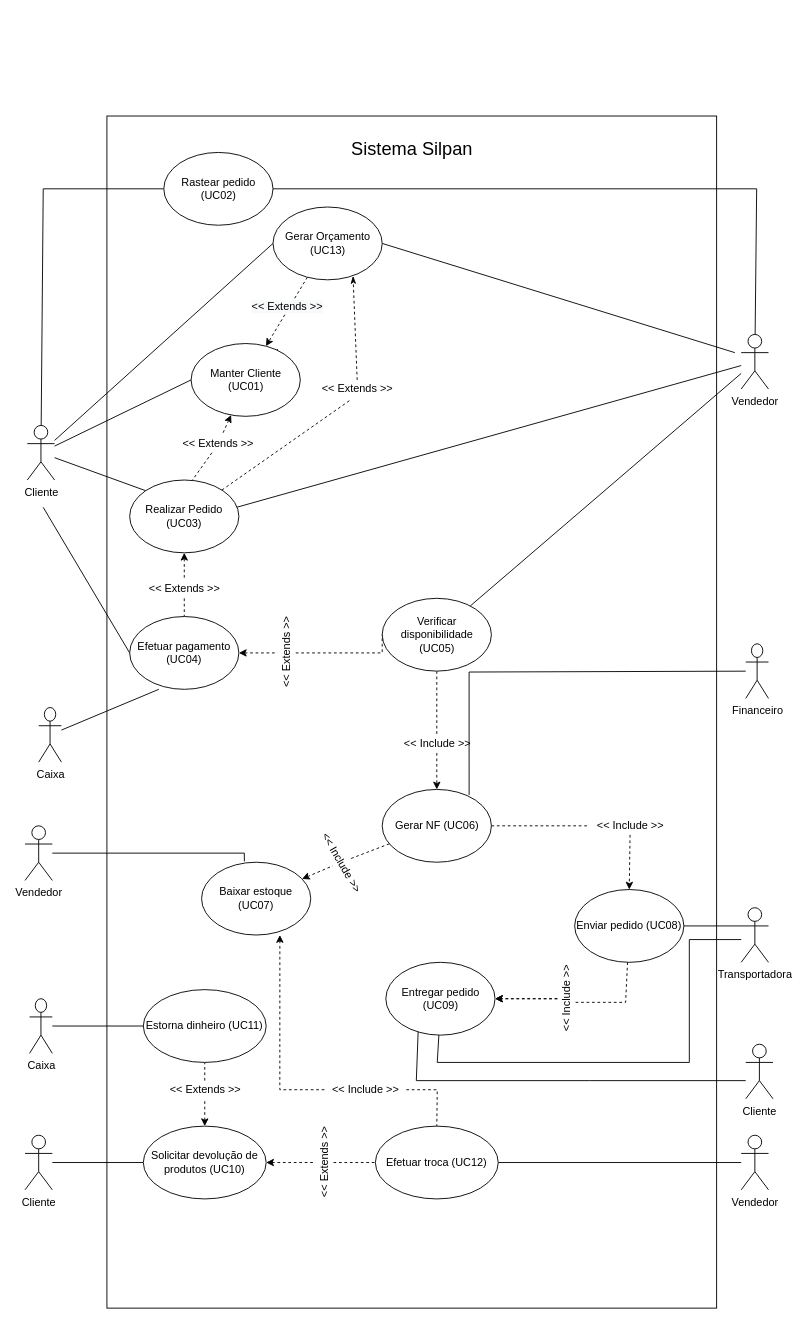
This is Diagrama de UC.drawio from Systematicos/Silpan-AMS, a draw.io file, before an edit. Source tidied: cells renumbered, new cells numbered last; positions are measured from the earlier drawing's top-left corner, leaving out a move shared by most shapes. Both pictures are drawn from the tidied source at 91%, with x=0, y=0 at pixel (25, 116).
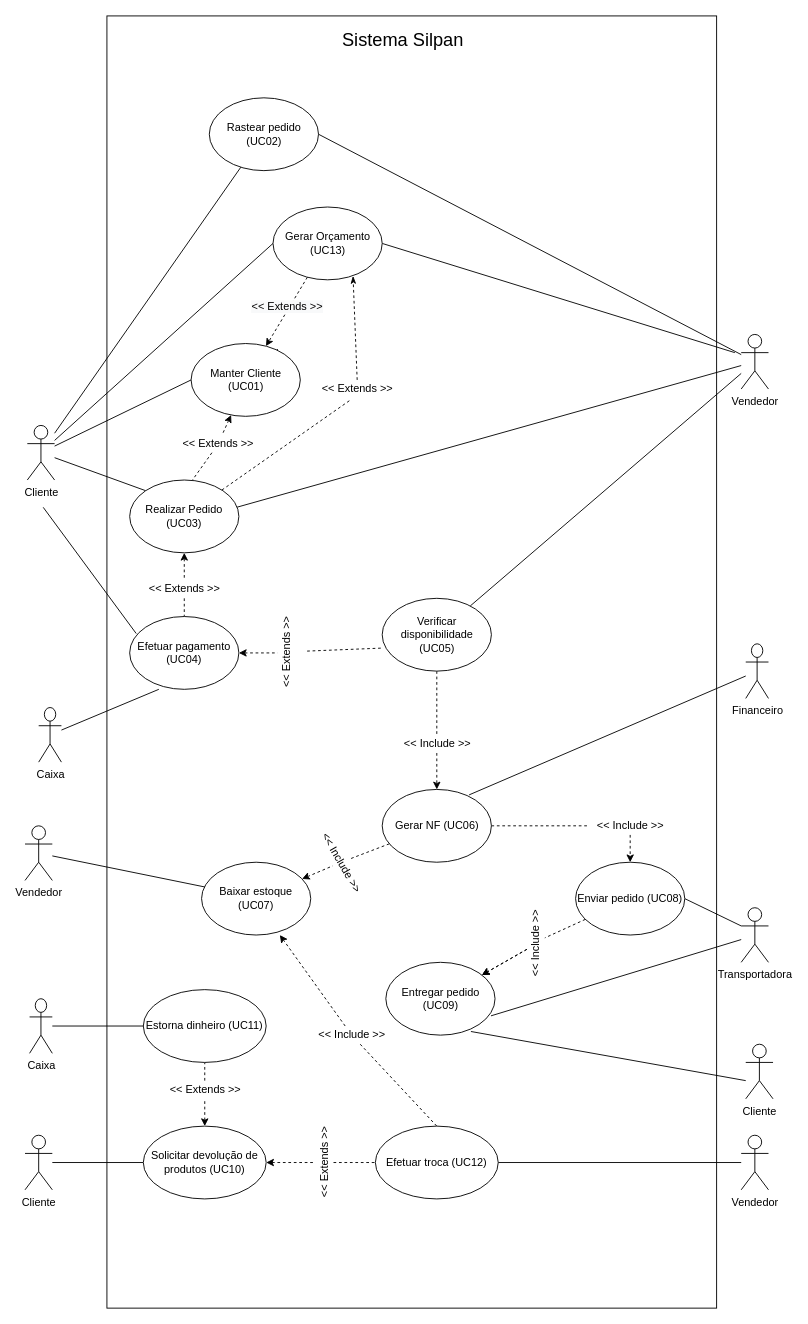
The same diagram, later.

Commit message (it also covers changes not shown here):
[Atualização] - Diagrama de Sequencia e Classe de Implementação

Unchanged cells that the change refers to:
```xml
<mxCell id="8" value="Cliente" style="shape=umlActor;verticalLabelPosition=bottom;verticalAlign=top;html=1;" parent="1" vertex="1">
  <mxGeometry x="2.5" y="340" width="30" height="60" as="geometry" />
</mxCell>
<mxCell id="12" value="Vendedor" style="shape=umlActor;verticalLabelPosition=bottom;verticalAlign=top;html=1;" parent="1" vertex="1">
  <mxGeometry x="787" y="240" width="30" height="60" as="geometry" />
</mxCell>
<mxCell id="22" value="Verificar disponibilidade (UC05)" style="ellipse;whiteSpace=wrap;html=1;" parent="1" vertex="1">
  <mxGeometry x="392.5" y="530" width="120" height="80" as="geometry" />
</mxCell>
<mxCell id="25" value="Efetuar pagamento (UC04)" style="ellipse;whiteSpace=wrap;html=1;" parent="1" vertex="1">
  <mxGeometry x="115" y="550" width="120" height="80" as="geometry" />
</mxCell>
<mxCell id="27" value="Baixar estoque (UC07)" style="ellipse;whiteSpace=wrap;html=1;" parent="1" vertex="1">
  <mxGeometry x="194" y="820" width="120" height="80" as="geometry" />
</mxCell>
<mxCell id="34" value="Gerar NF (UC06)" style="ellipse;whiteSpace=wrap;html=1;" parent="1" vertex="1">
  <mxGeometry x="392.5" y="740" width="120" height="80" as="geometry" />
</mxCell>
<mxCell id="38" value="Entregar pedido (UC09)" style="ellipse;whiteSpace=wrap;html=1;" parent="1" vertex="1">
  <mxGeometry x="396.5" y="930" width="120" height="80" as="geometry" />
</mxCell>
<mxCell id="46" value="Financeiro" style="shape=umlActor;verticalLabelPosition=bottom;verticalAlign=top;html=1;" parent="1" vertex="1">
  <mxGeometry x="792" y="580" width="25" height="60" as="geometry" />
</mxCell>
<mxCell id="58" value="Efetuar troca (UC12)" style="ellipse;whiteSpace=wrap;html=1;" parent="1" vertex="1">
  <mxGeometry x="385" y="1110" width="135" height="80" as="geometry" />
</mxCell>
<mxCell id="66" value="&amp;lt;&amp;lt; Extends &amp;gt;&amp;gt;" style="text;html=1;align=center;verticalAlign=middle;points=[];rotation=-90;" parent="1" vertex="1">
  <mxGeometry x="242.5" y="580" width="90" height="20" as="geometry" />
</mxCell>
<mxCell id="71" value="Vendedor" style="shape=umlActor;verticalLabelPosition=bottom;verticalAlign=top;html=1;" parent="1" vertex="1">
  <mxGeometry y="780" width="30" height="60" as="geometry" />
</mxCell>
```

Change to the diagram source:
```diff
@@
     <mxCell id="2" style="rounded=0;whiteSpace=wrap;html=1;fontStyle=1;" parent="1" vertex="1">
-      <mxGeometry x="90" width="670" height="1310" as="geometry" />
+      <mxGeometry x="90" y="-110" width="670" height="1420" as="geometry" />
     </mxCell>
@@
-    <mxCell id="5" style="rounded=0;jettySize=auto;html=1;entryX=0;entryY=0.5;entryDx=0;entryDy=0;startArrow=none;startFill=0;endArrow=none;endFill=0;" parent="1" edge="1" target="25">
+    <mxCell id="5" style="rounded=0;jettySize=auto;html=1;entryX=0.06;entryY=0.234;entryDx=0;entryDy=0;startArrow=none;startFill=0;endArrow=none;endFill=0;entryPerimeter=0;" parent="1" edge="1" target="25">
       <mxGeometry relative="1" as="geometry">
         <mxPoint x="20" y="430" as="sourcePoint" />
       </mxGeometry>
     </mxCell>
-    <mxCell id="6" style="edgeStyle=none;rounded=0;jettySize=auto;html=1;startArrow=none;startFill=0;endArrow=none;endFill=0;" parent="1" edge="1" source="8" target="48">
-      <mxGeometry relative="1" as="geometry">
-        <Array as="points">
-          <mxPoint x="20" y="80" />
-        </Array>
-      </mxGeometry>
+    <mxCell id="6" style="rounded=0;jettySize=auto;html=1;startArrow=none;startFill=0;endArrow=none;endFill=0;" parent="1" edge="1" source="8" target="48">
+      <mxGeometry relative="1" as="geometry" />
     </mxCell>
@@
-    <mxCell id="10" style="edgeStyle=none;rounded=0;jettySize=auto;html=1;entryX=1;entryY=0.5;entryDx=0;entryDy=0;startArrow=none;startFill=0;endArrow=none;endFill=0;" parent="1" edge="1" source="12" target="48">
-      <mxGeometry relative="1" as="geometry">
-        <Array as="points">
-          <mxPoint x="804" y="80" />
-        </Array>
-      </mxGeometry>
+    <mxCell id="10" style="rounded=0;jettySize=auto;html=1;entryX=1;entryY=0.5;entryDx=0;entryDy=0;startArrow=none;startFill=0;endArrow=none;endFill=0;" parent="1" edge="1" source="12" target="48">
+      <mxGeometry relative="1" as="geometry" />
     </mxCell>
@@
-    <mxCell id="14" style="edgeStyle=none;rounded=0;jettySize=auto;html=1;endArrow=none;endFill=0;" parent="1" edge="1" target="38">
+    <mxCell id="14" style="rounded=0;jettySize=auto;html=1;endArrow=none;endFill=0;entryX=0.963;entryY=0.735;entryDx=0;entryDy=0;entryPerimeter=0;" parent="1" edge="1" target="38">
       <mxGeometry relative="1" as="geometry">
         <mxPoint x="787" y="905" as="sourcePoint" />
-        <Array as="points">
-          <mxPoint x="730" y="905" />
-          <mxPoint x="730" y="1040" />
-          <mxPoint x="453" y="1040" />
-        </Array>
       </mxGeometry>
     </mxCell>
@@
-    <mxCell id="23" style="edgeStyle=orthogonalEdgeStyle;rounded=0;jettySize=auto;html=1;entryX=0;entryY=0.5;entryDx=0;entryDy=0;dashed=1;endArrow=none;endFill=0;" parent="1" edge="1" source="66" target="22">
+    <mxCell id="23" style="rounded=0;jettySize=auto;html=1;entryX=-0.005;entryY=0.684;entryDx=0;entryDy=0;dashed=1;endArrow=none;endFill=0;entryPerimeter=0;" parent="1" edge="1" target="22">
       <mxGeometry relative="1" as="geometry">
-        <Array as="points">
-          <mxPoint x="393" y="590" />
-        </Array>
+        <mxPoint x="310" y="588" as="sourcePoint" />
       </mxGeometry>
     </mxCell>
@@
-    <mxCell id="36" style="edgeStyle=none;rounded=0;jettySize=auto;html=1;entryX=0.456;entryY=0.95;entryDx=0;entryDy=0;entryPerimeter=0;endArrow=none;endFill=0;dashed=1;" parent="1" edge="1" source="37" target="42">
-      <mxGeometry relative="1" as="geometry">
-        <Array as="points">
-          <mxPoint x="660" y="974" />
-        </Array>
-      </mxGeometry>
+    <mxCell id="36" style="rounded=0;jettySize=auto;html=1;endArrow=none;endFill=0;dashed=1;entryX=0.576;entryY=0.985;entryDx=0;entryDy=0;entryPerimeter=0;" parent="1" edge="1" source="37" target="42">
+      <mxGeometry relative="1" as="geometry" />
     </mxCell>
     <mxCell id="37" value="Enviar pedido (UC08)" style="ellipse;whiteSpace=wrap;html=1;" parent="1" vertex="1">
-      <mxGeometry x="604" y="850" width="120" height="80" as="geometry" />
+      <mxGeometry x="605" y="820" width="120" height="80" as="geometry" />
     </mxCell>
@@
-    <mxCell id="41" style="edgeStyle=none;rounded=0;jettySize=auto;html=1;dashed=1;endArrow=classic;endFill=1;" parent="1" edge="1" source="42" target="38">
+    <mxCell id="41" style="rounded=0;jettySize=auto;html=1;dashed=1;endArrow=classic;endFill=1;" parent="1" edge="1" source="42" target="38">
       <mxGeometry relative="1" as="geometry" />
     </mxCell>
     <mxCell id="42" value="&amp;lt;&amp;lt; Include &amp;gt;&amp;gt;" style="text;html=1;align=center;verticalAlign=middle;points=[];rotation=-90;" parent="1" vertex="1">
-      <mxGeometry x="550" y="960" width="90" height="20" as="geometry" />
+      <mxGeometry x="516.5" y="900" width="90" height="20" as="geometry" />
     </mxCell>
@@
-    <mxCell id="45" style="edgeStyle=none;rounded=0;jettySize=auto;html=1;entryX=0.796;entryY=0.075;entryDx=0;entryDy=0;entryPerimeter=0;endArrow=none;endFill=0;" parent="1" edge="1" source="46" target="34">
-      <mxGeometry relative="1" as="geometry">
-        <Array as="points">
-          <mxPoint x="488" y="611" />
-        </Array>
-      </mxGeometry>
+    <mxCell id="45" style="rounded=0;jettySize=auto;html=1;entryX=0.796;entryY=0.075;entryDx=0;entryDy=0;entryPerimeter=0;endArrow=none;endFill=0;" parent="1" edge="1" source="46" target="34">
+      <mxGeometry relative="1" as="geometry" />
     </mxCell>
@@
     <mxCell id="48" value="Rastear pedido (UC02)" style="ellipse;whiteSpace=wrap;html=1;" parent="1" vertex="1">
-      <mxGeometry x="152.5" y="40" width="120" height="80" as="geometry" />
+      <mxGeometry x="202.5" y="-20" width="120" height="80" as="geometry" />
     </mxCell>
@@
-    <mxCell id="61" style="edgeStyle=none;rounded=0;jettySize=auto;html=1;entryX=0.5;entryY=0;entryDx=0;entryDy=0;endArrow=none;endFill=0;dashed=1;" parent="1" edge="1" source="63" target="58">
-      <mxGeometry relative="1" as="geometry">
-        <Array as="points">
-          <mxPoint x="453" y="1070" />
-        </Array>
-      </mxGeometry>
+    <mxCell id="61" style="rounded=0;jettySize=auto;html=1;entryX=0.5;entryY=0;entryDx=0;entryDy=0;endArrow=none;endFill=0;dashed=1;" parent="1" edge="1" source="63" target="58">
+      <mxGeometry relative="1" as="geometry" />
     </mxCell>
-    <mxCell id="62" style="edgeStyle=none;rounded=0;jettySize=auto;html=1;entryX=0.717;entryY=1;entryDx=0;entryDy=0;endArrow=classic;endFill=1;entryPerimeter=0;dashed=1;" parent="1" edge="1" source="63" target="27">
-      <mxGeometry relative="1" as="geometry">
-        <Array as="points">
-          <mxPoint x="280" y="1070" />
-        </Array>
-      </mxGeometry>
+    <mxCell id="62" style="rounded=0;jettySize=auto;html=1;entryX=0.717;entryY=1;entryDx=0;entryDy=0;endArrow=classic;endFill=1;entryPerimeter=0;dashed=1;" parent="1" edge="1" source="63" target="27">
+      <mxGeometry relative="1" as="geometry" />
     </mxCell>
     <mxCell id="63" value="&amp;lt;&amp;lt; Include &amp;gt;&amp;gt;" style="text;html=1;align=center;verticalAlign=middle;points=[];rotation=0;" parent="1" vertex="1">
-      <mxGeometry x="329" y="1060" width="90" height="20" as="geometry" />
+      <mxGeometry x="314" y="1000" width="90" height="20" as="geometry" />
     </mxCell>
@@
-    <mxCell id="67" style="edgeStyle=none;rounded=0;jettySize=auto;html=1;entryX=0.296;entryY=0.95;entryDx=0;entryDy=0;startArrow=none;startFill=0;endArrow=none;endFill=0;fontSize=20;entryPerimeter=0;" parent="1" edge="1" target="38">
+    <mxCell id="67" style="rounded=0;jettySize=auto;html=1;entryX=0.779;entryY=0.95;entryDx=0;entryDy=0;startArrow=none;startFill=0;endArrow=none;endFill=0;fontSize=20;entryPerimeter=0;" parent="1" edge="1" target="38">
       <mxGeometry relative="1" as="geometry">
         <mxPoint x="792" y="1060" as="sourcePoint" />
-        <Array as="points">
-          <mxPoint x="620" y="1060" />
-          <mxPoint x="430" y="1060" />
-        </Array>
       </mxGeometry>
     </mxCell>
@@
-    <mxCell id="70" style="edgeStyle=orthogonalEdgeStyle;rounded=0;jettySize=auto;html=1;entryX=0.392;entryY=-0.012;entryDx=0;entryDy=0;entryPerimeter=0;endArrow=none;endFill=0;" parent="1" edge="1" source="71" target="27">
-      <mxGeometry relative="1" as="geometry">
-        <Array as="points">
-          <mxPoint x="241" y="810" />
-        </Array>
-      </mxGeometry>
+    <mxCell id="70" style="rounded=0;jettySize=auto;html=1;entryX=0.03;entryY=0.34;entryDx=0;entryDy=0;entryPerimeter=0;endArrow=none;endFill=0;" parent="1" edge="1" source="71" target="27">
+      <mxGeometry relative="1" as="geometry" />
     </mxCell>
@@
     <mxCell id="74" value="Sistema Silpan" style="text;html=1;align=center;verticalAlign=middle;fontSize=20;" parent="1" vertex="1">
-      <mxGeometry x="350" y="20" width="150" height="30" as="geometry" />
+      <mxGeometry x="340" y="-100" width="150" height="30" as="geometry" />
     </mxCell>
```
